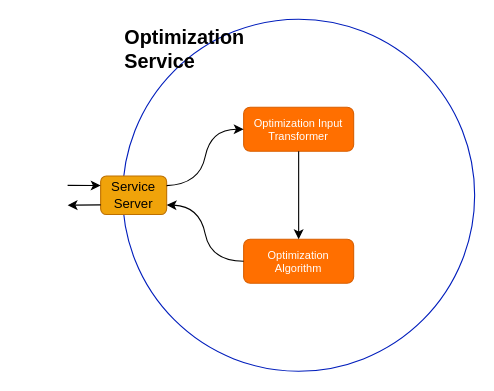
The draw.io diagram ressources/figures/Path_Planning_Optimization_Service.drawio in Beomar97/path-planning-docs, before the edit. Source tidied: cells renumbered, new cells numbered last; positions are measured from the earlier drawing's top-left corner, leaving out a move shared by most shapes. Both pictures are drawn from the tidied source at 110%, with x=0, y=0 at pixel (67, 19).
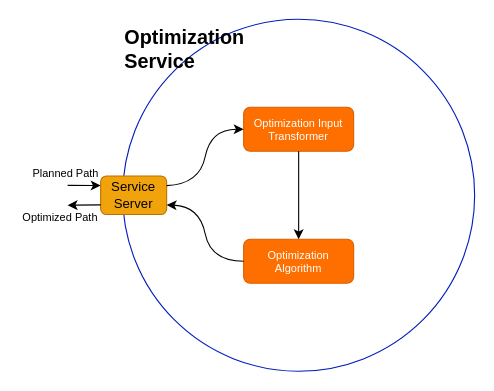
The same diagram, later.

What changed in the source:
```diff
@@
 <mxGraphModel>
   <root>
     <mxCell id="0" />
     <mxCell id="1" parent="0" />
     <mxCell id="2" value="Optimization&lt;br&gt;Service" style="ellipse;whiteSpace=wrap;html=1;fontSize=18;fontStyle=1;fillColor=none;strokeColor=#001DBC;fontColor=#000000;align=left;verticalAlign=top;" parent="1" vertex="1">
       <mxGeometry x="50" width="320" height="320" as="geometry" />
     </mxCell>
     <mxCell id="3" value="Optimization Input Transformer" style="rounded=1;whiteSpace=wrap;html=1;sketch=0;fontSize=10;fillColor=#FF6F00;strokeColor=#D95F00;fontColor=#FFFFFF;" parent="1" vertex="1">
       <mxGeometry x="160" y="80" width="100" height="40" as="geometry" />
     </mxCell>
     <mxCell id="4" value="Optimization Algorithm" style="rounded=1;whiteSpace=wrap;html=1;sketch=0;fontSize=10;fillColor=#FF6F00;strokeColor=#D95F00;fontColor=#FFFFFF;" parent="1" vertex="1">
       <mxGeometry x="160" y="200" width="100" height="40" as="geometry" />
     </mxCell>
     <mxCell id="5" style="endArrow=classic;html=1;rounded=0;fontSize=10;fontColor=#FFFFFF;entryX=0.5;entryY=0;entryDx=0;entryDy=0;exitX=0.5;exitY=1;exitDx=0;exitDy=0;" parent="1" edge="1" source="3" target="4">
       <mxGeometry relative="1" as="geometry" />
     </mxCell>
     <mxCell id="6" value="Service&lt;br style=&quot;font-size: 12px;&quot;&gt;Server" style="rounded=1;whiteSpace=wrap;html=1;fontSize=12;verticalAlign=middle;fillColor=#f0a30a;fontColor=#000000;strokeColor=#BD7000;" parent="1" vertex="1">
       <mxGeometry x="30" y="142.5" width="60" height="35" as="geometry" />
     </mxCell>
     <mxCell id="7" style="endArrow=classic;html=1;rounded=0;fontSize=10;fontColor=#FFFFFF;entryX=0;entryY=0.25;entryDx=0;entryDy=0;" parent="1" edge="1" target="6">
       <mxGeometry relative="1" as="geometry">
         <mxPoint y="151" as="sourcePoint" />
       </mxGeometry>
     </mxCell>
     <mxCell id="8" style="endArrow=classic;html=1;fontSize=10;fontColor=#FFFFFF;entryX=0;entryY=0.5;entryDx=0;entryDy=0;exitX=1;exitY=0.25;exitDx=0;exitDy=0;curved=1;" parent="1" edge="1" source="6" target="3">
       <mxGeometry relative="1" as="geometry">
         <Array as="points">
           <mxPoint x="120" y="150" />
           <mxPoint x="130" y="100" />
         </Array>
       </mxGeometry>
     </mxCell>
     <mxCell id="9" style="endArrow=classic;html=1;fontSize=10;fontColor=#FFFFFF;curved=1;entryX=1;entryY=0.75;entryDx=0;entryDy=0;exitX=0;exitY=0.5;exitDx=0;exitDy=0;" parent="1" edge="1" source="4" target="6">
       <mxGeometry relative="1" as="geometry">
         <Array as="points">
           <mxPoint x="130" y="220" />
           <mxPoint x="120" y="170" />
         </Array>
       </mxGeometry>
     </mxCell>
     <mxCell id="10" style="endArrow=classic;html=1;rounded=0;fontSize=10;fontColor=#FFFFFF;exitX=0;exitY=0.75;exitDx=0;exitDy=0;" parent="1" edge="1" source="6">
       <mxGeometry relative="1" as="geometry">
         <mxPoint y="169" as="targetPoint" />
       </mxGeometry>
     </mxCell>
+    <mxCell id="11" value="&lt;span style=&quot;font-size: 10px;&quot;&gt;Planned Path&lt;/span&gt;" style="text;html=1;strokeColor=none;fillColor=none;align=center;verticalAlign=middle;whiteSpace=wrap;rounded=0;" parent="1" vertex="1">
+      <mxGeometry x="-34.5" y="130" width="64.5" height="20" as="geometry" />
+    </mxCell>
+    <mxCell id="12" value="&lt;span style=&quot;font-size: 10px;&quot;&gt;Optimized Path&lt;/span&gt;" style="text;html=1;strokeColor=none;fillColor=none;align=center;verticalAlign=middle;whiteSpace=wrap;rounded=0;" parent="1" vertex="1">
+      <mxGeometry x="-44.5" y="170" width="74.5" height="20" as="geometry" />
+    </mxCell>
   </root>
 </mxGraphModel>
```
